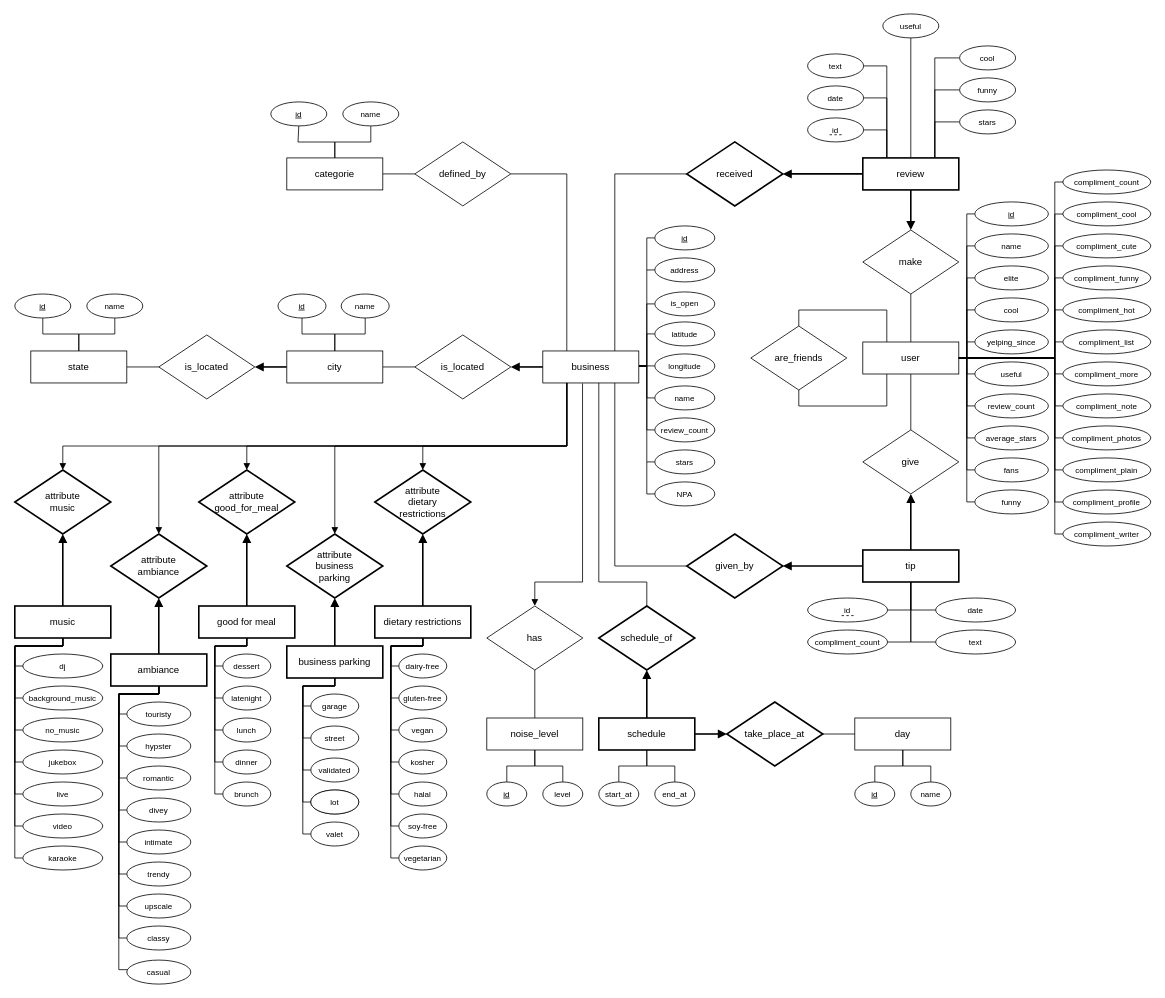
The draw.io diagram schema.drawio in Ph0tonic/Intro2DataBase, before the edit. Source tidied: cells renumbered, new cells numbered last; positions are measured from the earlier drawing's top-left corner, leaving out a move shared by most shapes. Both pictures are drawn from the tidied source at 80%, with x=0, y=0 at pixel (14, 14).
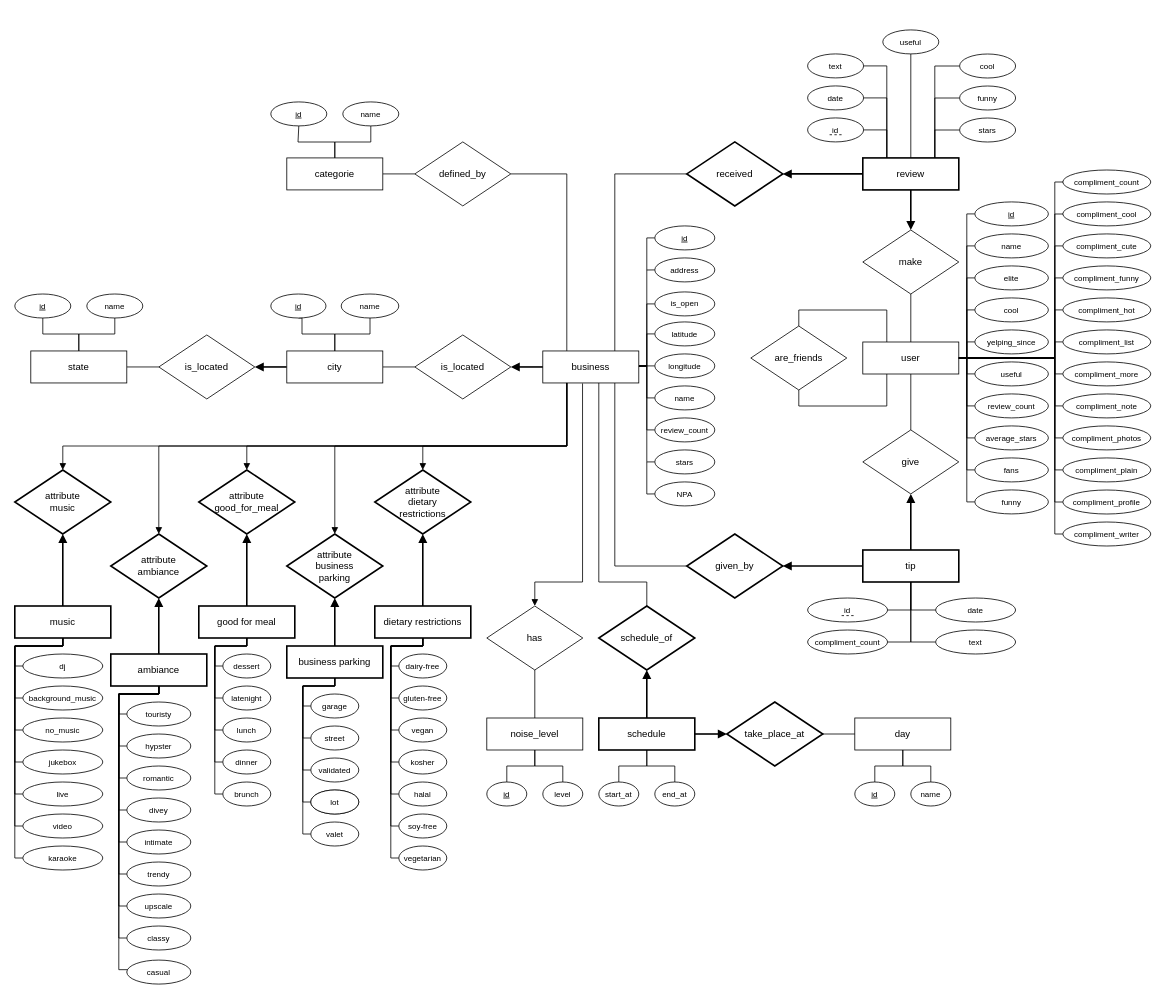
Above is the later version.

The change refers to these unchanged cells:
```xml
<mxCell id="13" value="review" style="rounded=0;whiteSpace=wrap;html=1;strokeWidth=2;" parent="1" vertex="1">
  <mxGeometry x="1060" y="179.9" width="120" height="40" as="geometry" />
</mxCell>
```

What changed in the source:
```diff
@@
-    <mxCell id="73" style="edgeStyle=orthogonalEdgeStyle;rounded=0;jettySize=auto;html=1;exitX=0;exitY=0.5;exitDx=0;exitDy=0;endArrow=none;endFill=0;entryX=0.75;entryY=0;entryDx=0;entryDy=0;" parent="1" edge="1" source="74" target="13">
+    <mxCell id="73" style="edgeStyle=orthogonalEdgeStyle;rounded=0;jettySize=auto;html=1;exitX=0;exitY=0.5;exitDx=0;exitDy=0;endArrow=none;endFill=0;" parent="1" edge="1" source="74">
       <mxGeometry relative="1" as="geometry">
+        <mxPoint x="1150" y="180" as="targetPoint" />
         <Array as="points">
-          <mxPoint x="1150" y="54.9" />
+          <mxPoint x="1150" y="65" />
         </Array>
       </mxGeometry>
     </mxCell>
     <mxCell id="74" value="cool" style="ellipse;whiteSpace=wrap;html=1;fontSize=10;" parent="1" vertex="1">
-      <mxGeometry x="1181" y="39.9" width="70" height="30" as="geometry" />
+      <mxGeometry x="1181" y="50" width="70" height="30" as="geometry" />
     </mxCell>
-    <mxCell id="75" style="edgeStyle=orthogonalEdgeStyle;rounded=0;jettySize=auto;html=1;exitX=0;exitY=0.5;exitDx=0;exitDy=0;entryX=0.75;entryY=0;entryDx=0;entryDy=0;endArrow=none;endFill=0;" parent="1" edge="1" source="76" target="13">
+    <mxCell id="75" style="edgeStyle=orthogonalEdgeStyle;rounded=0;jettySize=auto;html=1;exitX=0;exitY=0.5;exitDx=0;exitDy=0;endArrow=none;endFill=0;" parent="1" edge="1" source="76">
       <mxGeometry relative="1" as="geometry">
+        <mxPoint x="1150" y="180" as="targetPoint" />
         <Array as="points">
-          <mxPoint x="1150" y="94.9" />
+          <mxPoint x="1150" y="105" />
         </Array>
       </mxGeometry>
     </mxCell>
     <mxCell id="76" value="funny" style="ellipse;whiteSpace=wrap;html=1;fontSize=10;" parent="1" vertex="1">
-      <mxGeometry x="1181" y="79.9" width="70" height="30" as="geometry" />
+      <mxGeometry x="1181" y="90" width="70" height="30" as="geometry" />
     </mxCell>
-    <mxCell id="77" style="edgeStyle=orthogonalEdgeStyle;rounded=0;jettySize=auto;html=1;exitX=0;exitY=0.5;exitDx=0;exitDy=0;entryX=0.75;entryY=0;entryDx=0;entryDy=0;endArrow=none;endFill=0;" parent="1" edge="1" source="78" target="13">
+    <mxCell id="77" style="edgeStyle=orthogonalEdgeStyle;rounded=0;jettySize=auto;html=1;exitX=0;exitY=0.5;exitDx=0;exitDy=0;endArrow=none;endFill=0;" parent="1" edge="1" source="78">
       <mxGeometry relative="1" as="geometry">
+        <mxPoint x="1150" y="180" as="targetPoint" />
         <Array as="points">
-          <mxPoint x="1150" y="134.9" />
+          <mxPoint x="1150" y="145" />
         </Array>
       </mxGeometry>
     </mxCell>
     <mxCell id="78" value="stars" style="ellipse;whiteSpace=wrap;html=1;fontSize=10;" parent="1" vertex="1">
-      <mxGeometry x="1181" y="119.9" width="70" height="30" as="geometry" />
+      <mxGeometry x="1181" y="130" width="70" height="30" as="geometry" />
     </mxCell>
@@
     <mxCell id="80" value="useful" style="ellipse;whiteSpace=wrap;html=1;fontSize=10;" parent="1" vertex="1">
-      <mxGeometry x="1085" y="-0.1" width="70" height="30" as="geometry" />
+      <mxGeometry x="1085" y="19.9" width="70" height="30" as="geometry" />
     </mxCell>
@@
     <mxCell id="107" value="id" style="ellipse;whiteSpace=wrap;html=1;fontStyle=4;fontSize=10;" parent="1" vertex="1">
-      <mxGeometry x="329" y="350" width="60" height="30" as="geometry" />
+      <mxGeometry x="320" y="350" width="69" height="30" as="geometry" />
     </mxCell>
@@
     <mxCell id="109" value="name" style="ellipse;whiteSpace=wrap;html=1;fontStyle=0;fontSize=10;" parent="1" vertex="1">
-      <mxGeometry x="408" y="350" width="60" height="30" as="geometry" />
+      <mxGeometry x="408" y="350" width="72" height="30" as="geometry" />
     </mxCell>
```
